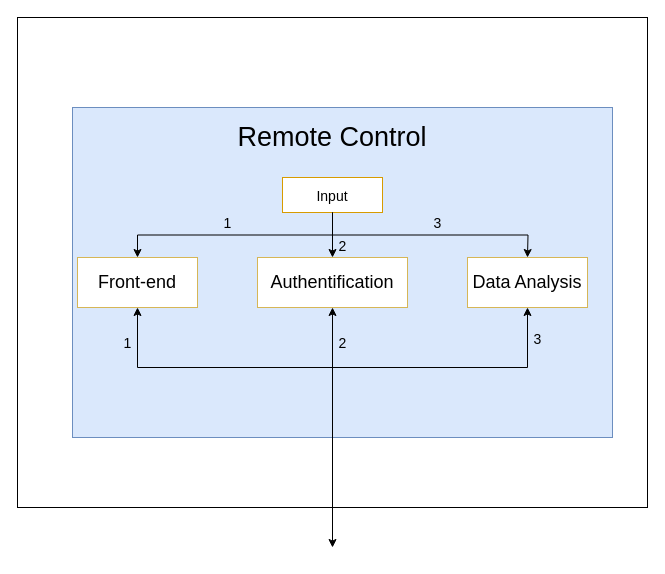
TuringBoard/ADS keeps this draw.io diagram as DRAWIO Files/Happy/RC.drawio. Above is the earlier version. Source tidied: cells renumbered, new cells numbered last; positions are measured from the earlier drawing's top-left corner, leaving out a move shared by most shapes. Both pictures are drawn from the tidied source at 100%, with x=0, y=0 at pixel (17, 17).
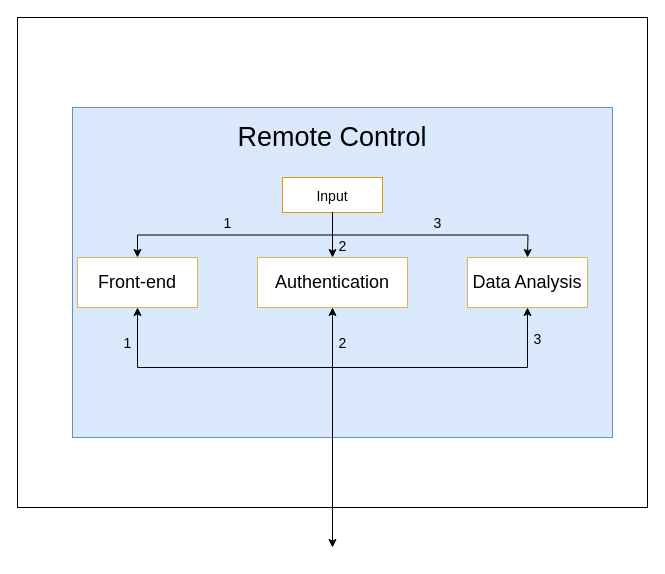
Above is the later version.

Change to the diagram source:
```diff
@@
-    <mxCell id="8" value="Authentification" style="rounded=0;whiteSpace=wrap;html=1;fontSize=18;fillColor=#FFFFFF;strokeColor=#d6b656;" parent="1" vertex="1">
+    <mxCell id="8" value="Authentication" style="rounded=0;whiteSpace=wrap;html=1;fontSize=18;fillColor=#FFFFFF;strokeColor=#d6b656;" parent="1" vertex="1">
       <mxGeometry x="240" y="240" width="150" height="50" as="geometry" />
     </mxCell>
```
